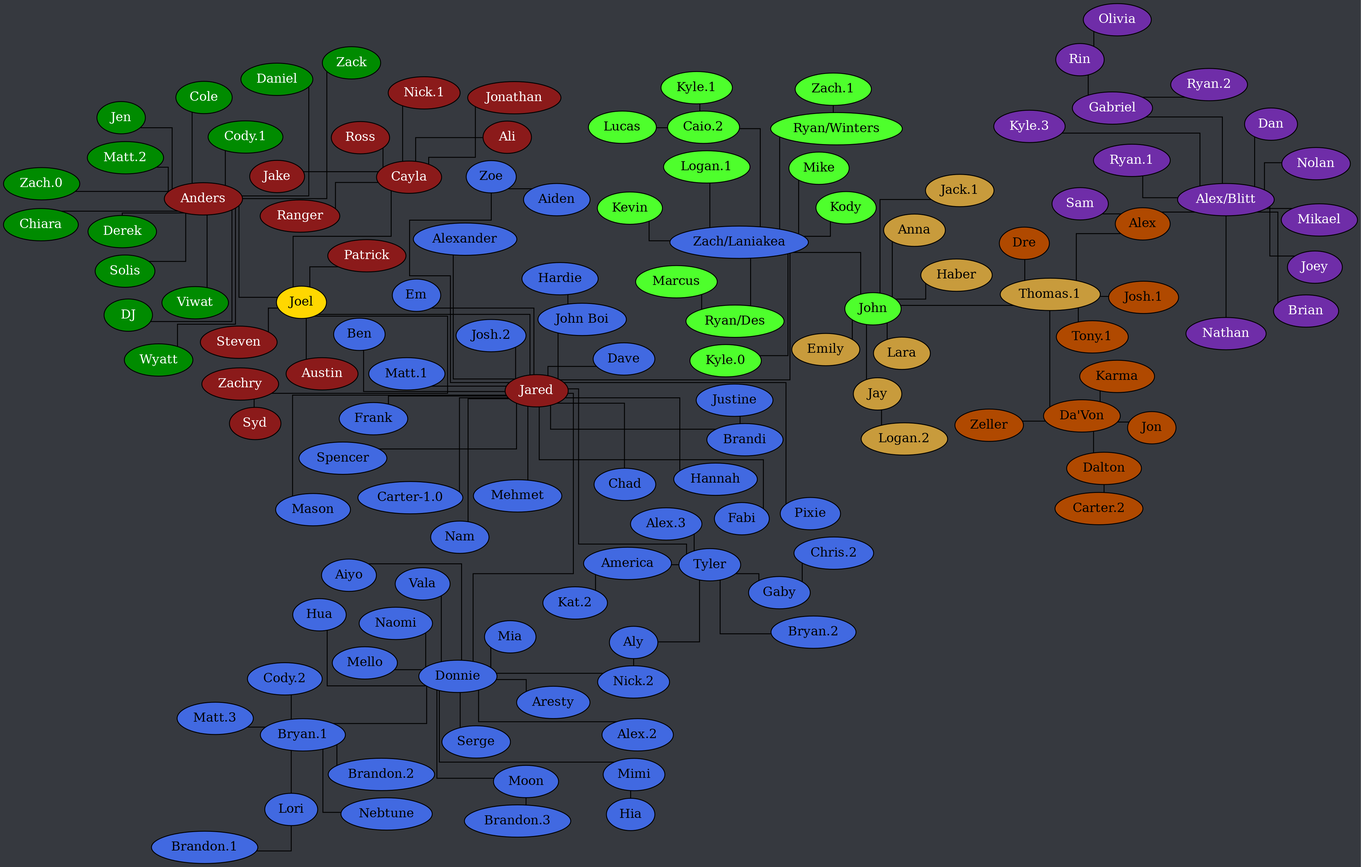
Above: tree.png in Documidas/CoronaCatzFamilyTree (Graphviz), before the change. Its source is kept beside it as tree.dot.
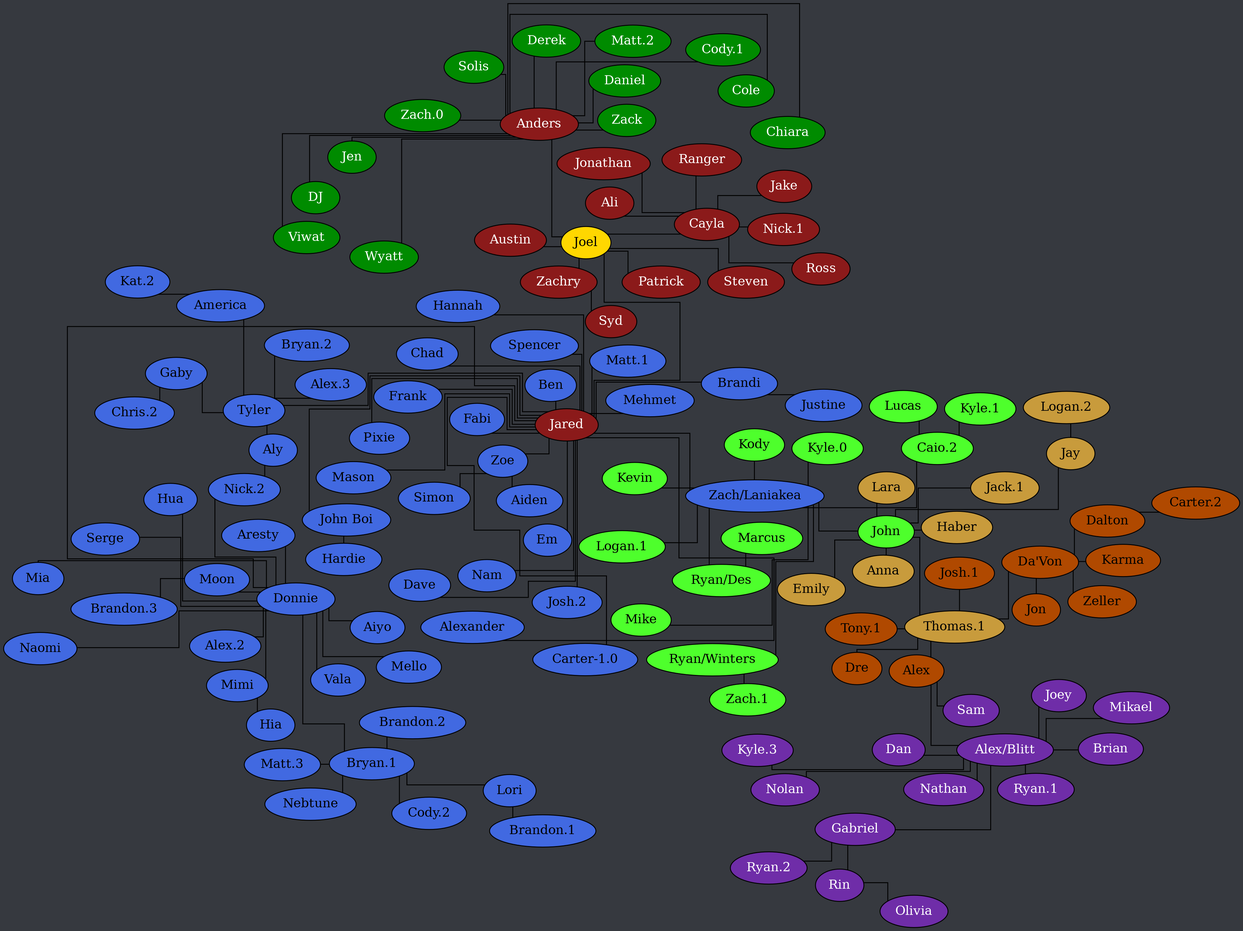
The same file after the commit.

The edit, as a diff of the source:
```diff
@@ -106,6 +106,7 @@
 		Tyler -- "Bryan.2";
 		Tyler -- Gaby;
 		Zoe -- Aiden;
+		Zoe -- Simon;
 	}
 
 	subgraph "Zach/Laniakea" {
```
